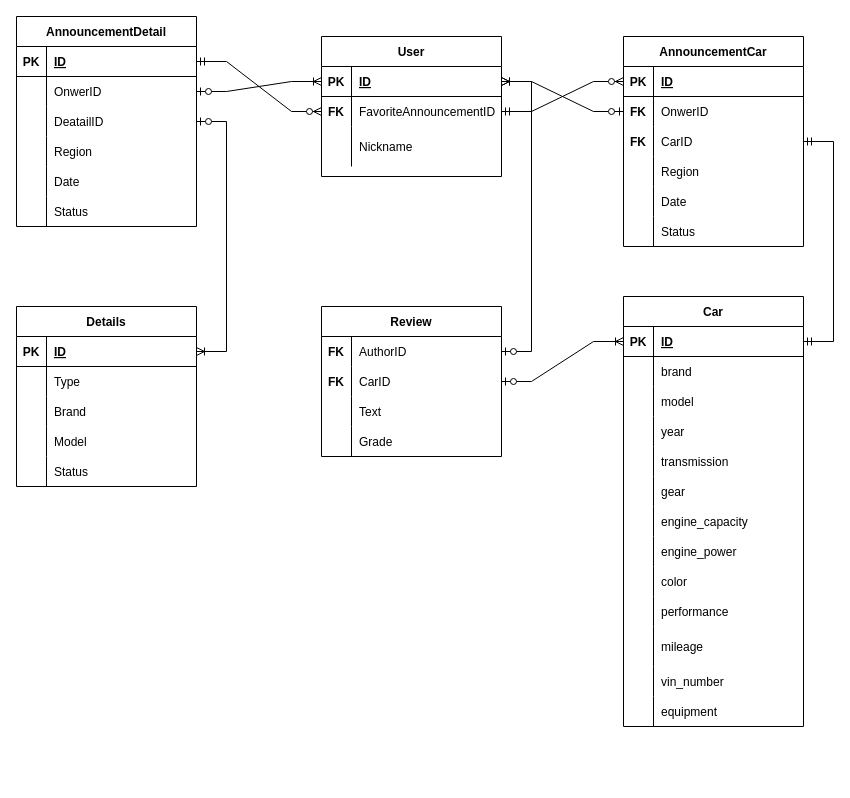
The draw.io diagram src/main/resources/DataBaseScheme.drawio in Ta3ikNSU/DataBase, before the edit. Source tidied: cells renumbered, new cells numbered last; positions are measured from the earlier drawing's top-left corner, leaving out a move shared by most shapes. Both pictures are drawn from the tidied source at 100%, with x=0, y=0 at pixel (16, 16).
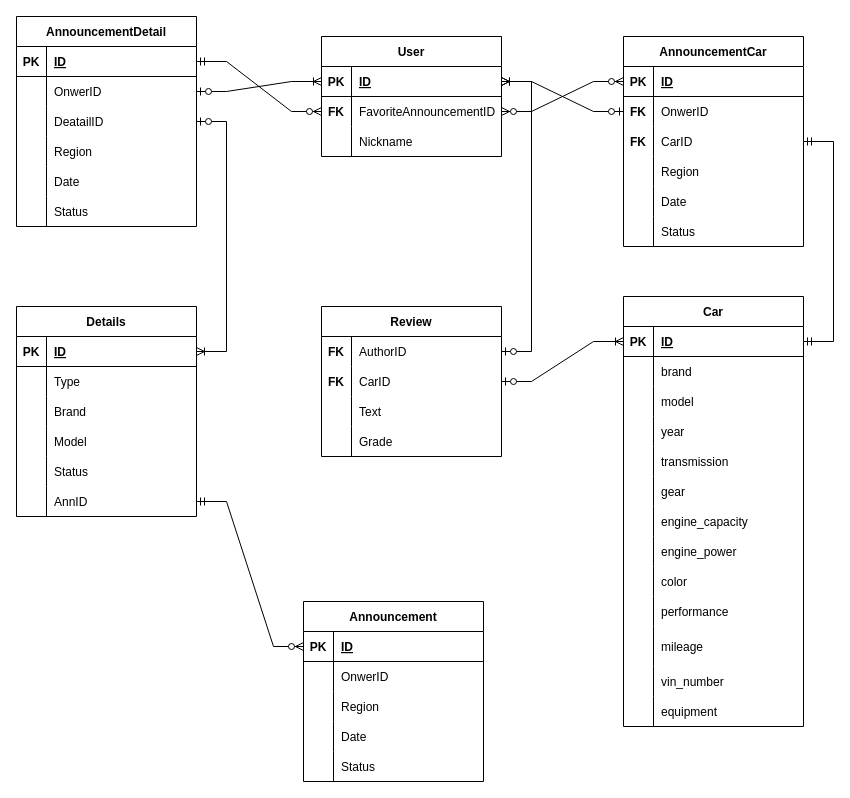
Above is the later version.

Commit message:
upd scheme

Unchanged cells that the change refers to:
```xml
<mxCell id="6" style="shape=partialRectangle;fillColor=none;top=0;left=0;bottom=0;right=0;points=[[0,0.5],[1,0.5]];portConstraint=eastwest;" parent="2" vertex="1">
  <mxGeometry y="60" width="180" height="30" as="geometry" />
</mxCell>
<mxCell id="13" style="shape=partialRectangle;fillColor=none;top=0;left=0;bottom=1;right=0;points=[[0,0.5],[1,0.5]];portConstraint=eastwest;" parent="12" vertex="1">
  <mxGeometry y="30" width="180" height="30" as="geometry" />
</mxCell>
```

Diff of the diagram source:
```diff
@@
     <mxCell id="2" value="User" style="shape=table;startSize=30;childLayout=tableLayout;rowLines=0;fontStyle=1;align=center;" parent="1" vertex="1">
-      <mxGeometry x="305" y="20" width="180" height="140" as="geometry" />
+      <mxGeometry x="305" y="20" width="180" height="120" as="geometry" />
     </mxCell>
@@
     <mxCell id="9" style="shape=partialRectangle;fillColor=none;top=0;left=0;bottom=0;right=0;" parent="2" vertex="1">
-      <mxGeometry y="90" width="180" height="40" as="geometry" />
+      <mxGeometry y="90" width="180" height="30" as="geometry" />
     </mxCell>
     <mxCell id="10" style="shape=partialRectangle;fillColor=none;top=0;left=0;bottom=0;right=0;overflow=hidden;" parent="9" vertex="1">
-      <mxGeometry width="30" height="40" as="geometry" />
+      <mxGeometry width="30" height="30" as="geometry" />
     </mxCell>
     <mxCell id="11" value="Nickname" style="shape=partialRectangle;fillColor=none;top=0;left=0;bottom=0;right=0;align=left;spacingLeft=6;overflow=hidden;" parent="9" vertex="1">
-      <mxGeometry x="30" width="150" height="40" as="geometry" />
+      <mxGeometry x="30" width="150" height="30" as="geometry" />
     </mxCell>
@@
-    <mxCell id="89" style="edgeStyle=entityRelationEdgeStyle;fontSize=12;html=1;endArrow=ERzeroToMany;startArrow=ERmandOne;rounded=0;exitX=1;exitY=0.5;exitDx=0;exitDy=0;entryX=0;entryY=0.5;entryDx=0;entryDy=0;" parent="1" edge="1" source="6" target="13">
-      <mxGeometry relative="1" as="geometry" />
-    </mxCell>
@@
     <mxCell id="113" value="Details" style="shape=table;startSize=30;childLayout=tableLayout;rowLines=0;fontStyle=1;align=center;" parent="1" vertex="1">
-      <mxGeometry y="290" width="180" height="180" as="geometry" />
+      <mxGeometry y="290" width="180" height="210" as="geometry" />
     </mxCell>
@@
+    <mxCell id="132" style="shape=partialRectangle;fillColor=none;top=0;left=0;bottom=0;right=0;points=[[0,0.5],[1,0.5]];portConstraint=eastwest;" parent="113" vertex="1">
+      <mxGeometry y="180" width="180" height="30" as="geometry" />
+    </mxCell>
+    <mxCell id="133" style="shape=partialRectangle;fillColor=none;top=0;left=0;bottom=0;right=0;overflow=hidden;" parent="132" vertex="1">
+      <mxGeometry width="30" height="30" as="geometry" />
+    </mxCell>
+    <mxCell id="134" value="AnnID" style="shape=partialRectangle;fillColor=none;top=0;left=0;bottom=0;right=0;align=left;spacingLeft=6;overflow=hidden;" parent="132" vertex="1">
+      <mxGeometry x="30" width="150" height="30" as="geometry" />
+    </mxCell>
@@
+    <mxCell id="89" style="edgeStyle=entityRelationEdgeStyle;fontSize=12;html=1;endArrow=ERzeroToMany;endFill=1;startArrow=ERzeroToMany;rounded=0;" parent="1" edge="1" source="6" target="13">
+      <mxGeometry relative="1" as="geometry" />
+    </mxCell>
+    <mxCell id="135" value="Announcement" style="shape=table;startSize=30;childLayout=tableLayout;rowLines=0;fontStyle=1;align=center;" parent="1" vertex="1">
+      <mxGeometry x="287" y="585" width="180" height="180" as="geometry" />
+    </mxCell>
+    <mxCell id="136" style="shape=partialRectangle;fillColor=none;top=0;left=0;bottom=1;right=0;points=[[0,0.5],[1,0.5]];portConstraint=eastwest;" parent="135" vertex="1">
+      <mxGeometry y="30" width="180" height="30" as="geometry" />
+    </mxCell>
+    <mxCell id="137" value="PK" style="shape=partialRectangle;fillColor=none;top=0;left=0;bottom=0;right=0;fontStyle=1;overflow=hidden;" parent="136" vertex="1">
+      <mxGeometry width="30" height="30" as="geometry" />
+    </mxCell>
+    <mxCell id="138" value="ID" style="shape=partialRectangle;fillColor=none;top=0;left=0;bottom=0;right=0;align=left;spacingLeft=6;fontStyle=5;overflow=hidden;" parent="136" vertex="1">
+      <mxGeometry x="30" width="150" height="30" as="geometry" />
+    </mxCell>
+    <mxCell id="139" style="shape=partialRectangle;fillColor=none;top=0;left=0;bottom=0;right=0;" parent="135" vertex="1">
+      <mxGeometry y="60" width="180" height="30" as="geometry" />
+    </mxCell>
+    <mxCell id="140" style="shape=partialRectangle;fillColor=none;top=0;left=0;bottom=0;right=0;overflow=hidden;" parent="139" vertex="1">
+      <mxGeometry width="30" height="30" as="geometry" />
+    </mxCell>
+    <mxCell id="141" value="OnwerID" style="shape=partialRectangle;fillColor=none;top=0;left=0;bottom=0;right=0;align=left;spacingLeft=6;overflow=hidden;" parent="139" vertex="1">
+      <mxGeometry x="30" width="150" height="30" as="geometry" />
+    </mxCell>
+    <mxCell id="142" style="shape=partialRectangle;fillColor=none;top=0;left=0;bottom=0;right=0;" parent="135" vertex="1">
+      <mxGeometry y="90" width="180" height="30" as="geometry" />
+    </mxCell>
+    <mxCell id="143" style="shape=partialRectangle;fillColor=none;top=0;left=0;bottom=0;right=0;overflow=hidden;" parent="142" vertex="1">
+      <mxGeometry width="30" height="30" as="geometry" />
+    </mxCell>
+    <mxCell id="144" value="Region" style="shape=partialRectangle;fillColor=none;top=0;left=0;bottom=0;right=0;align=left;spacingLeft=6;overflow=hidden;" parent="142" vertex="1">
+      <mxGeometry x="30" width="150" height="30" as="geometry" />
+    </mxCell>
+    <mxCell id="145" style="shape=partialRectangle;fillColor=none;top=0;left=0;bottom=0;right=0;" parent="135" vertex="1">
+      <mxGeometry y="120" width="180" height="30" as="geometry" />
+    </mxCell>
+    <mxCell id="146" style="shape=partialRectangle;fillColor=none;top=0;left=0;bottom=0;right=0;overflow=hidden;" parent="145" vertex="1">
+      <mxGeometry width="30" height="30" as="geometry" />
+    </mxCell>
+    <mxCell id="147" value="Date" style="shape=partialRectangle;fillColor=none;top=0;left=0;bottom=0;right=0;align=left;spacingLeft=6;overflow=hidden;" parent="145" vertex="1">
+      <mxGeometry x="30" width="150" height="30" as="geometry" />
+    </mxCell>
+    <mxCell id="148" style="shape=partialRectangle;fillColor=none;top=0;left=0;bottom=0;right=0;" parent="135" vertex="1">
+      <mxGeometry y="150" width="180" height="30" as="geometry" />
+    </mxCell>
+    <mxCell id="149" style="shape=partialRectangle;fillColor=none;top=0;left=0;bottom=0;right=0;overflow=hidden;" parent="148" vertex="1">
+      <mxGeometry width="30" height="30" as="geometry" />
+    </mxCell>
+    <mxCell id="150" value="Status" style="shape=partialRectangle;fillColor=none;top=0;left=0;bottom=0;right=0;align=left;spacingLeft=6;overflow=hidden;" parent="148" vertex="1">
+      <mxGeometry x="30" width="150" height="30" as="geometry" />
+    </mxCell>
+    <mxCell id="151" style="edgeStyle=entityRelationEdgeStyle;fontSize=12;html=1;endArrow=ERzeroToMany;startArrow=ERmandOne;rounded=0;" parent="1" edge="1" source="132" target="136">
+      <mxGeometry relative="1" as="geometry" />
+    </mxCell>
```
